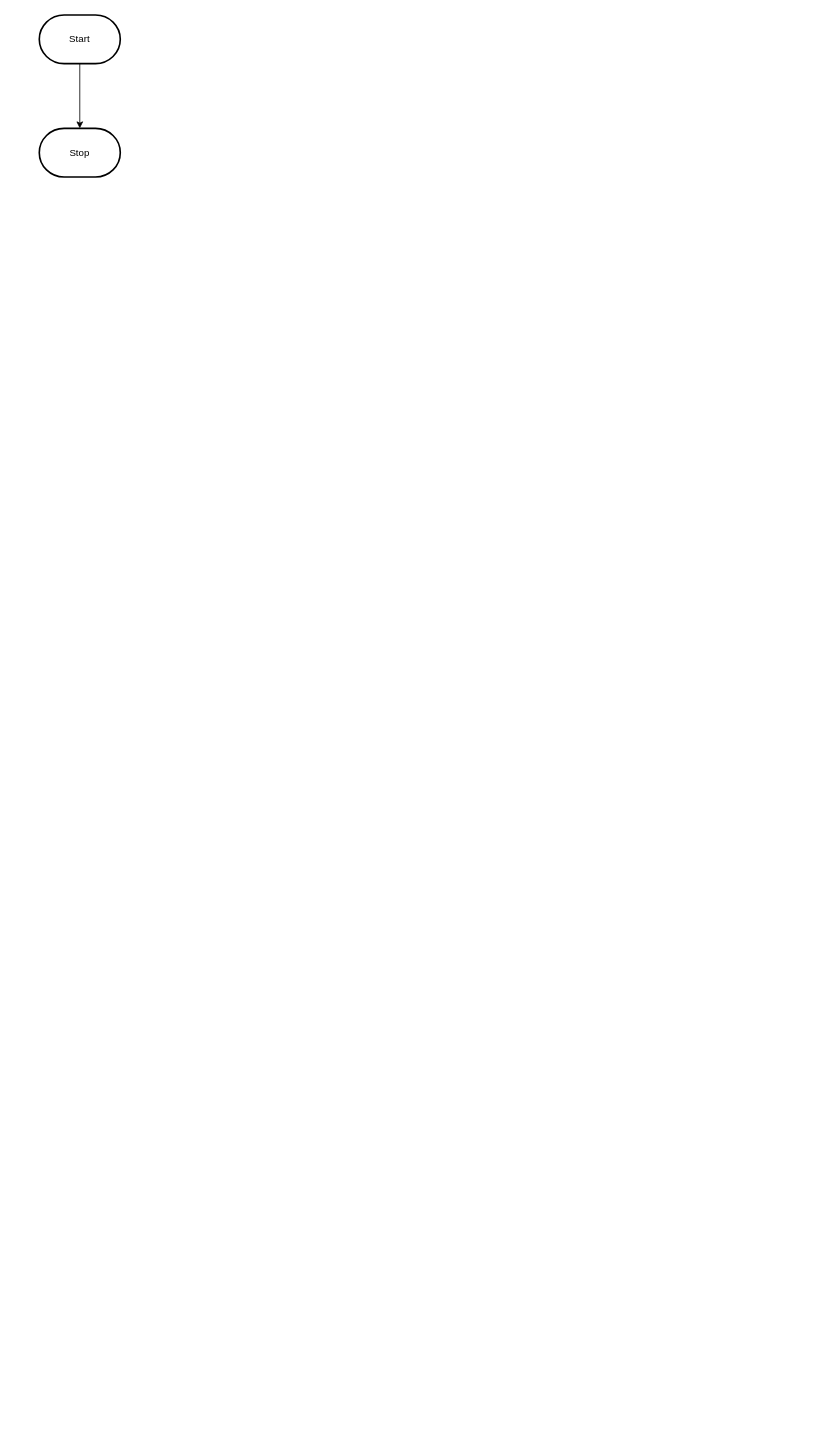
MTHS-ICD2O-1-2023/ICD2O-Unit-5-05-kai-nguyen-4 keeps this draw.io diagram as design/flowchart.drawio. Above is the earlier version. Source tidied: cells renumbered, new cells numbered last; positions are measured from the earlier drawing's top-left corner, leaving out a move shared by most shapes. Both pictures are drawn from the tidied source at 81%, with x=0, y=0 at pixel (39, 15).
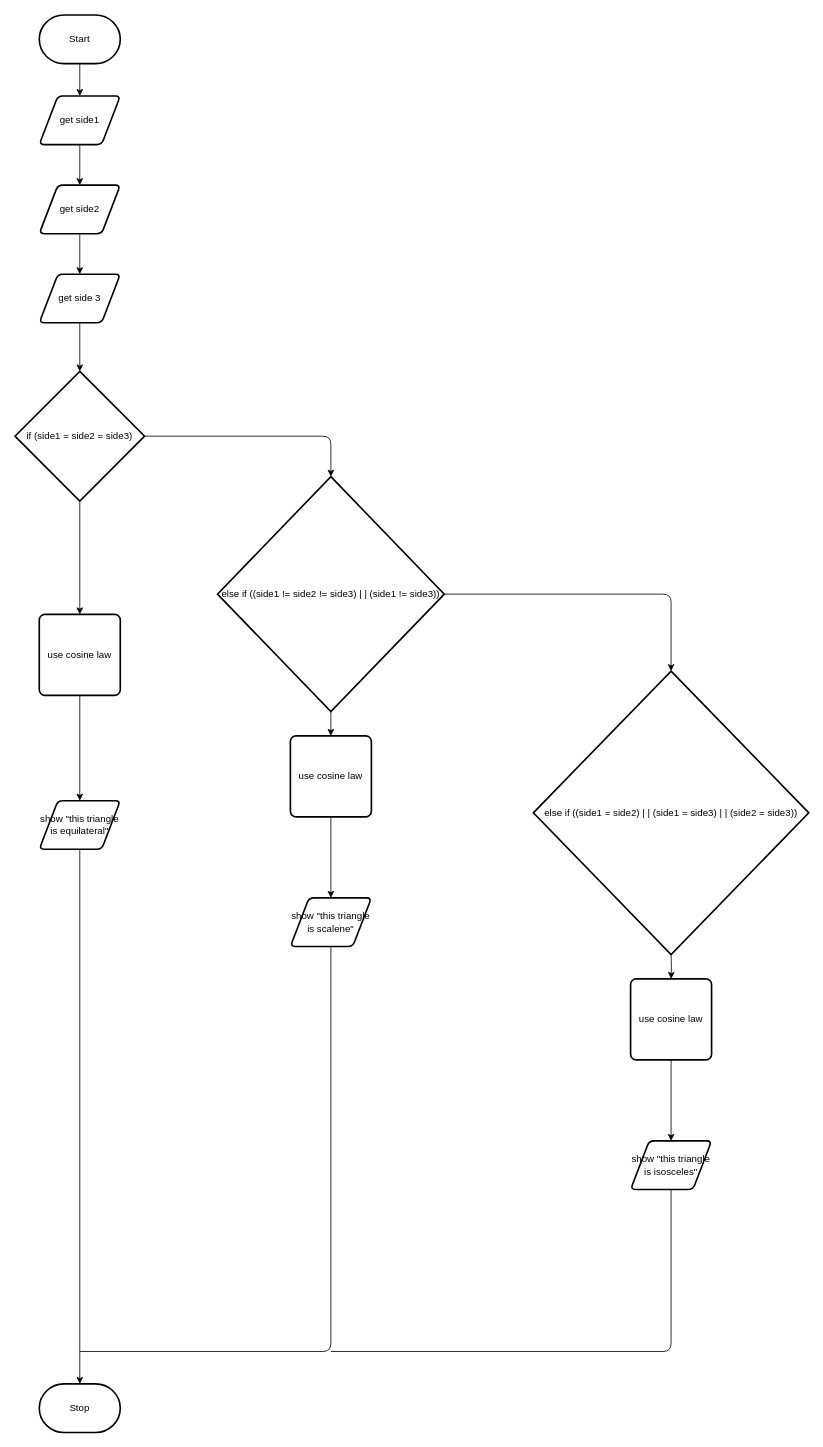
Above is the later version.

The change refers to these unchanged cells:
```xml
<mxCell id="3" value="Start" style="strokeWidth=2;html=1;shape=mxgraph.flowchart.terminator;whiteSpace=wrap;" parent="1" vertex="1">
  <mxGeometry width="100" height="60" as="geometry" />
</mxCell>
```

Diff of the diagram source:
```diff
@@
-    <mxCell id="2" style="edgeStyle=orthogonalEdgeStyle;html=1;rounded=0;" parent="1" edge="1" source="3" target="4">
-      <mxGeometry relative="1" as="geometry" />
-    </mxCell>
+    <mxCell id="5" style="edgeStyle=none;html=1;entryX=0.5;entryY=0;entryDx=0;entryDy=0;" parent="1" edge="1" source="3" target="2">
+      <mxGeometry relative="1" as="geometry" />
+    </mxCell>
@@
     <mxCell id="4" value="Stop" style="strokeWidth=2;html=1;shape=mxgraph.flowchart.terminator;whiteSpace=wrap;" parent="1" vertex="1">
-      <mxGeometry y="140" width="100" height="60" as="geometry" />
+      <mxGeometry y="1690" width="100" height="60" as="geometry" />
     </mxCell>
+    <mxCell id="6" style="edgeStyle=none;html=1;" parent="1" edge="1" source="2" target="8">
+      <mxGeometry relative="1" as="geometry" />
+    </mxCell>
+    <mxCell id="2" value="get side1" style="shape=parallelogram;html=1;strokeWidth=2;perimeter=parallelogramPerimeter;whiteSpace=wrap;rounded=1;arcSize=12;size=0.23;" parent="1" vertex="1">
+      <mxGeometry y="100" width="100" height="60" as="geometry" />
+    </mxCell>
+    <mxCell id="7" style="edgeStyle=none;html=1;entryX=0.5;entryY=0;entryDx=0;entryDy=0;" parent="1" edge="1" source="8" target="10">
+      <mxGeometry relative="1" as="geometry" />
+    </mxCell>
+    <mxCell id="8" value="get side2" style="shape=parallelogram;html=1;strokeWidth=2;perimeter=parallelogramPerimeter;whiteSpace=wrap;rounded=1;arcSize=12;size=0.23;" parent="1" vertex="1">
+      <mxGeometry y="210" width="100" height="60" as="geometry" />
+    </mxCell>
+    <mxCell id="9" style="edgeStyle=none;html=1;" parent="1" edge="1" source="10" target="13">
+      <mxGeometry relative="1" as="geometry" />
+    </mxCell>
+    <mxCell id="10" value="get side 3" style="shape=parallelogram;html=1;strokeWidth=2;perimeter=parallelogramPerimeter;whiteSpace=wrap;rounded=1;arcSize=12;size=0.23;" parent="1" vertex="1">
+      <mxGeometry y="320" width="100" height="60" as="geometry" />
+    </mxCell>
+    <mxCell id="11" style="edgeStyle=none;html=1;" parent="1" edge="1" source="13" target="17">
+      <mxGeometry relative="1" as="geometry" />
+    </mxCell>
+    <mxCell id="12" style="edgeStyle=orthogonalEdgeStyle;html=1;entryX=0.5;entryY=0;entryDx=0;entryDy=0;entryPerimeter=0;" parent="1" edge="1" source="13" target="20">
+      <mxGeometry relative="1" as="geometry" />
+    </mxCell>
+    <mxCell id="13" value="if (side1 = side2 = side3)" style="strokeWidth=2;html=1;shape=mxgraph.flowchart.decision;whiteSpace=wrap;" parent="1" vertex="1">
+      <mxGeometry x="-30" y="440" width="160" height="160" as="geometry" />
+    </mxCell>
+    <mxCell id="14" style="edgeStyle=none;html=1;" parent="1" edge="1" source="15" target="4">
+      <mxGeometry relative="1" as="geometry" />
+    </mxCell>
+    <mxCell id="15" value="show &quot;this triangle is equilateral&quot;" style="shape=parallelogram;html=1;strokeWidth=2;perimeter=parallelogramPerimeter;whiteSpace=wrap;rounded=1;arcSize=12;size=0.23;" parent="1" vertex="1">
+      <mxGeometry y="970" width="100" height="60" as="geometry" />
+    </mxCell>
+    <mxCell id="16" style="edgeStyle=none;html=1;" parent="1" edge="1" source="17" target="15">
+      <mxGeometry relative="1" as="geometry" />
+    </mxCell>
+    <mxCell id="17" value="use cosine law" style="rounded=1;whiteSpace=wrap;html=1;absoluteArcSize=1;arcSize=14;strokeWidth=2;" parent="1" vertex="1">
+      <mxGeometry y="740" width="100" height="100" as="geometry" />
+    </mxCell>
+    <mxCell id="18" style="edgeStyle=orthogonalEdgeStyle;html=1;entryX=0.5;entryY=0;entryDx=0;entryDy=0;" parent="1" edge="1" source="20" target="24">
+      <mxGeometry relative="1" as="geometry" />
+    </mxCell>
+    <mxCell id="19" style="edgeStyle=orthogonalEdgeStyle;html=1;entryX=0.5;entryY=0;entryDx=0;entryDy=0;entryPerimeter=0;" parent="1" edge="1" source="20" target="25">
+      <mxGeometry relative="1" as="geometry" />
+    </mxCell>
+    <mxCell id="20" value="else if ((side1 != side2 != side3) | | (side1 != side3))" style="strokeWidth=2;html=1;shape=mxgraph.flowchart.decision;whiteSpace=wrap;" parent="1" vertex="1">
+      <mxGeometry x="220" y="570" width="280" height="290" as="geometry" />
+    </mxCell>
+    <mxCell id="21" style="edgeStyle=orthogonalEdgeStyle;html=1;endArrow=none;endFill=0;" parent="1" edge="1" source="22">
+      <mxGeometry relative="1" as="geometry">
+        <mxPoint x="50" y="1650" as="targetPoint" />
+        <Array as="points">
+          <mxPoint x="360" y="1650" />
+        </Array>
+      </mxGeometry>
+    </mxCell>
+    <mxCell id="22" value="show &quot;this triangle is scalene&quot;" style="shape=parallelogram;html=1;strokeWidth=2;perimeter=parallelogramPerimeter;whiteSpace=wrap;rounded=1;arcSize=12;size=0.23;" parent="1" vertex="1">
+      <mxGeometry x="310" y="1090" width="100" height="60" as="geometry" />
+    </mxCell>
+    <mxCell id="23" style="edgeStyle=orthogonalEdgeStyle;html=1;" parent="1" edge="1" source="24" target="22">
+      <mxGeometry relative="1" as="geometry" />
+    </mxCell>
+    <mxCell id="24" value="use cosine law" style="rounded=1;whiteSpace=wrap;html=1;absoluteArcSize=1;arcSize=14;strokeWidth=2;" parent="1" vertex="1">
+      <mxGeometry x="310" y="890" width="100" height="100" as="geometry" />
+    </mxCell>
+    <mxCell id="25" value="else if ((side1 = side2) | | (side1 = side3) | | (side2 = side3))" style="strokeWidth=2;html=1;shape=mxgraph.flowchart.decision;whiteSpace=wrap;" parent="1" vertex="1">
+      <mxGeometry x="610" y="810" width="340" height="350" as="geometry" />
+    </mxCell>
+    <mxCell id="26" style="edgeStyle=orthogonalEdgeStyle;html=1;entryX=0.5;entryY=0;entryDx=0;entryDy=0;" parent="1" edge="1" target="30">
+      <mxGeometry relative="1" as="geometry">
+        <mxPoint x="780" y="1160" as="sourcePoint" />
+      </mxGeometry>
+    </mxCell>
+    <mxCell id="27" style="edgeStyle=orthogonalEdgeStyle;html=1;endArrow=none;endFill=0;" parent="1" edge="1" source="28">
+      <mxGeometry relative="1" as="geometry">
+        <mxPoint x="360" y="1650" as="targetPoint" />
+        <Array as="points">
+          <mxPoint x="780" y="1650" />
+        </Array>
+      </mxGeometry>
+    </mxCell>
+    <mxCell id="28" value="show &quot;this triangle is isosceles&quot;" style="shape=parallelogram;html=1;strokeWidth=2;perimeter=parallelogramPerimeter;whiteSpace=wrap;rounded=1;arcSize=12;size=0.23;" parent="1" vertex="1">
+      <mxGeometry x="730" y="1390" width="100" height="60" as="geometry" />
+    </mxCell>
+    <mxCell id="29" style="edgeStyle=orthogonalEdgeStyle;html=1;" parent="1" edge="1" source="30" target="28">
+      <mxGeometry relative="1" as="geometry" />
+    </mxCell>
+    <mxCell id="30" value="use cosine law" style="rounded=1;whiteSpace=wrap;html=1;absoluteArcSize=1;arcSize=14;strokeWidth=2;" parent="1" vertex="1">
+      <mxGeometry x="730" y="1190" width="100" height="100" as="geometry" />
+    </mxCell>
```
